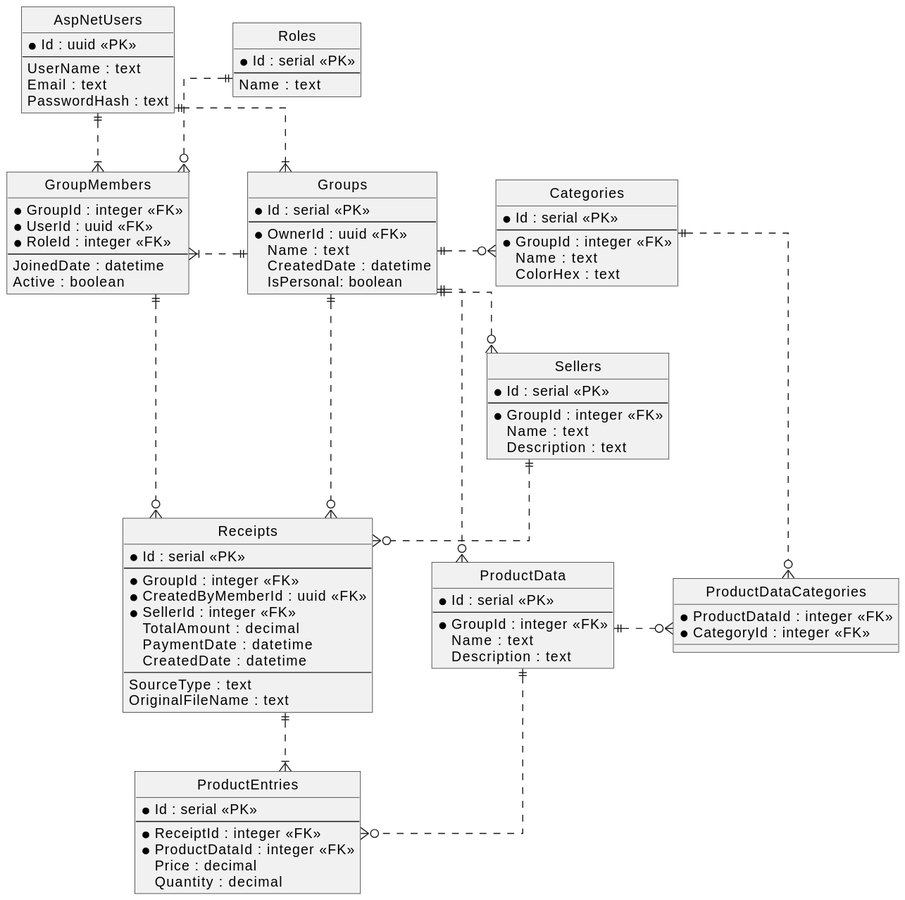
The PlantUML diagram img/FinanceTrackingERD.svg in amiadesu/FinanceTracking, before a commit.
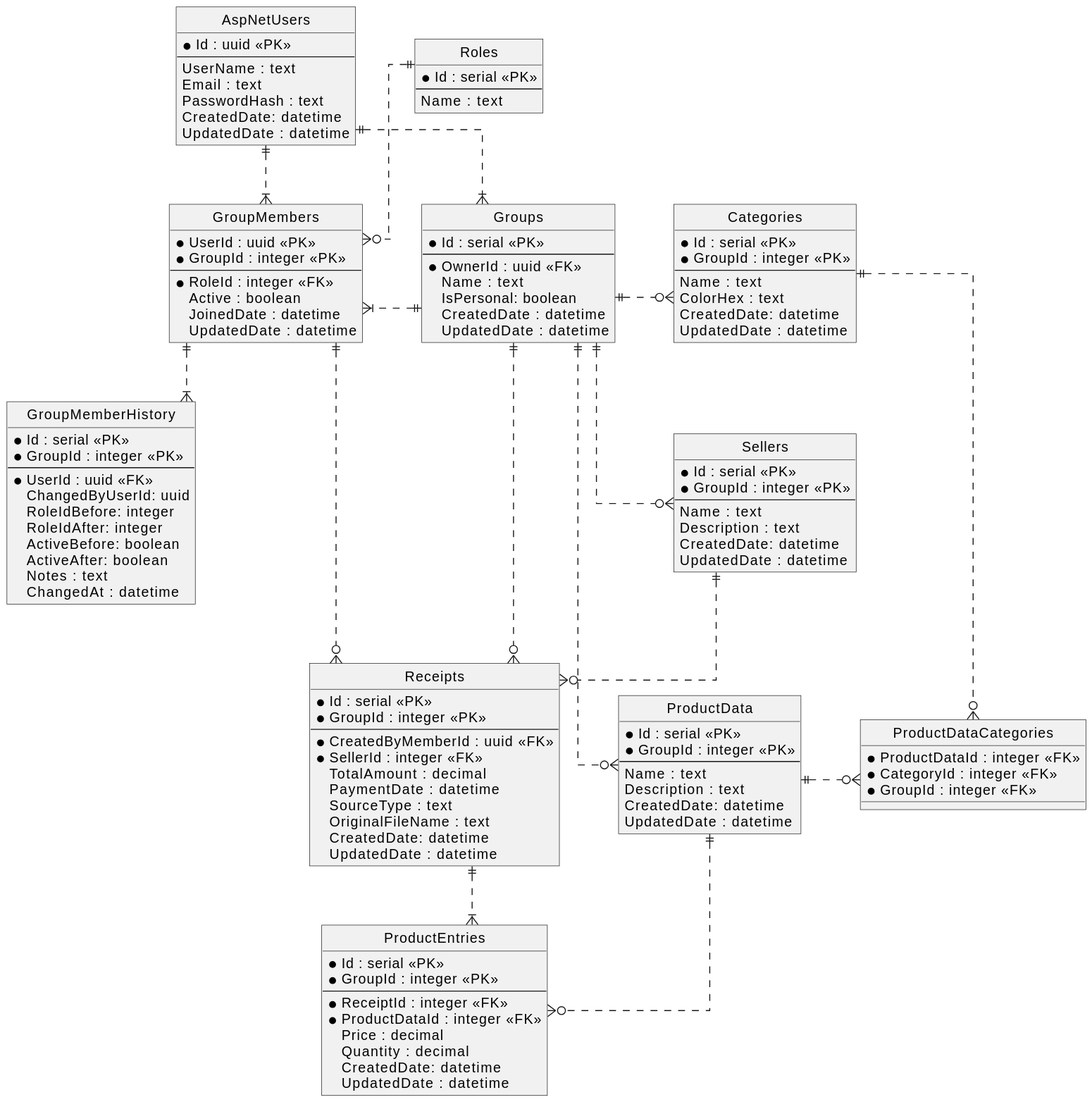
After the change.

Commit message:
Updated ERD diagram.

Change to the diagram source:
```diff
@@ -7,13 +7,14 @@
 skinparam nodesep 60
 skinparam ranksep 60
 
-
 entity "AspNetUsers" as Users {
     *Id : uuid <<PK>>
     --
     UserName : text
     Email : text
     PasswordHash : text
+    CreatedDate: datetime
+    UpdatedDate : datetime
 }
 
 entity "Roles" as Roles {
@@ -27,95 +28,113 @@
     --
     *OwnerId : uuid <<FK>>
     Name : text
+    IsPersonal: boolean
     CreatedDate : datetime
-    IsPersonal: boolean
+    UpdatedDate : datetime
 }
 
 entity "GroupMembers" as GrpMem {
-    *GroupId : integer <<FK>>
+    *UserId : uuid <<PK>>
+    *GroupId : integer <<PK>>
+    --
+    *RoleId : integer <<FK>>
+    Active : boolean
+    JoinedDate : datetime
+    UpdatedDate : datetime
+}
+
+entity "GroupMemberHistory" as MemHist {
+    *Id : serial <<PK>>
+    *GroupId : integer <<PK>>
+    --
     *UserId : uuid <<FK>>
-    *RoleId : integer <<FK>>
-    --
-    JoinedDate : datetime
-    Active : boolean
+    ChangedByUserId: uuid
+    RoleIdBefore: integer
+    RoleIdAfter: integer
+    ActiveBefore: boolean
+    ActiveAfter: boolean
+    Notes : text
+    ChangedAt : datetime
 }
 
 entity "Categories" as Cats {
     *Id : serial <<PK>>
+    *GroupId : integer <<PK>>
     --
-    *GroupId : integer <<FK>>
     Name : text
     ColorHex : text
+    CreatedDate: datetime
+    UpdatedDate : datetime
 }
 
 entity "Sellers" as Sellers {
     *Id : serial <<PK>>
+    *GroupId : integer <<PK>>
     --
-    *GroupId : integer <<FK>>
     Name : text
     Description : text
+    CreatedDate: datetime
+    UpdatedDate : datetime
 }
 
 entity "ProductData" as ProdData {
     *Id : serial <<PK>>
+    *GroupId : integer <<PK>>
     --
-    *GroupId : integer <<FK>>
     Name : text
     Description : text
+    CreatedDate: datetime
+    UpdatedDate : datetime
 }
 
 entity "ProductDataCategories" as DataCats {
     *ProductDataId : integer <<FK>>
     *CategoryId : integer <<FK>>
+    *GroupId : integer <<FK>>
 }
 
 entity "Receipts" as Receipts {
     *Id : serial <<PK>>
+    *GroupId : integer <<PK>>
     --
-    *GroupId : integer <<FK>>
     *CreatedByMemberId : uuid <<FK>>
     *SellerId : integer <<FK>>
     TotalAmount : decimal
     PaymentDate : datetime
-    CreatedDate : datetime
-    --
     SourceType : text
     OriginalFileName : text
+    CreatedDate: datetime
+    UpdatedDate : datetime
 }
 
 entity "ProductEntries" as ProdEntries {
     *Id : serial <<PK>>
+    *GroupId : integer <<PK>>
     --
     *ReceiptId : integer <<FK>>
     *ProductDataId : integer <<FK>>
     Price : decimal
     Quantity : decimal
+    CreatedDate: datetime
+    UpdatedDate : datetime
 }
 
-
 Users -[hidden]right- Roles
-
 GrpMem -[hidden]right- Groups
 Groups -[hidden]right- Cats
-
 Cats -[hidden]down- Sellers
 Sellers -[hidden]down- ProdData
 ProdData -[hidden]right- DataCats
-
 Groups -[hidden]down- Receipts
-
 Receipts -[hidden]down- ProdEntries
-
-Users -[hidden]down- Groups
-Roles -[hidden]down- GrpMem
-
-
+GrpMem -[hidden]down- MemHist
 
 Users ||..|{ Groups
 Users ||..|{ GrpMem
 Roles ||..o{ GrpMem
 
 Groups ||..|{ GrpMem
+GrpMem ||..|{ MemHist
 
 Groups ||..o{ Cats
 Groups ||..o{ Sellers
```
